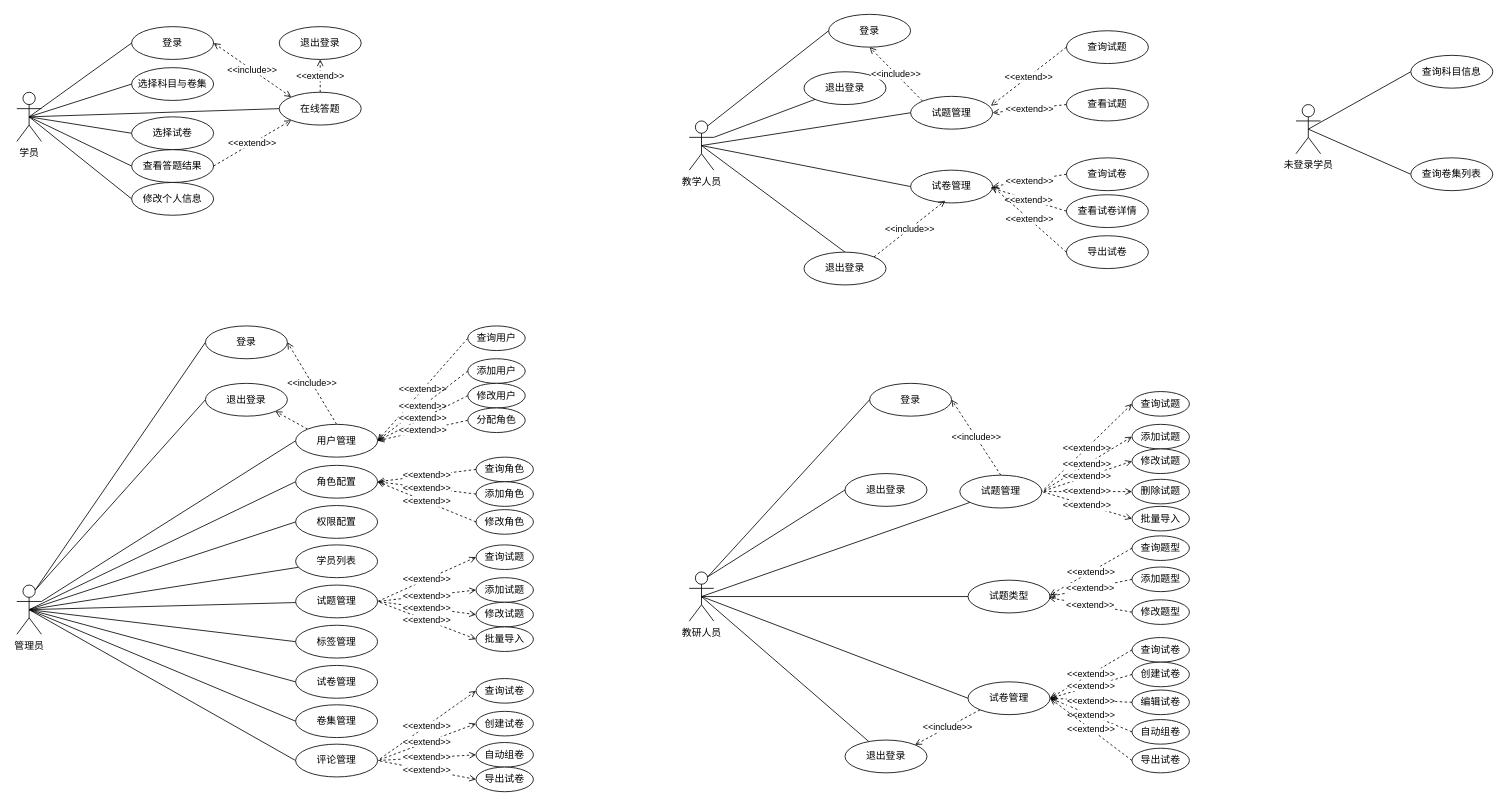
The draw.io diagram page "功能需求用例图" (17 of 18) of 题库E-R.drawio in ChenLiheng/question-project, before the edit. Source tidied: cells renumbered, new cells numbered last; positions are measured from the earlier drawing's top-left corner, leaving out a move shared by most shapes. Both pictures are drawn from the tidied source at 82%, with x=0, y=0 at pixel (16, 14).
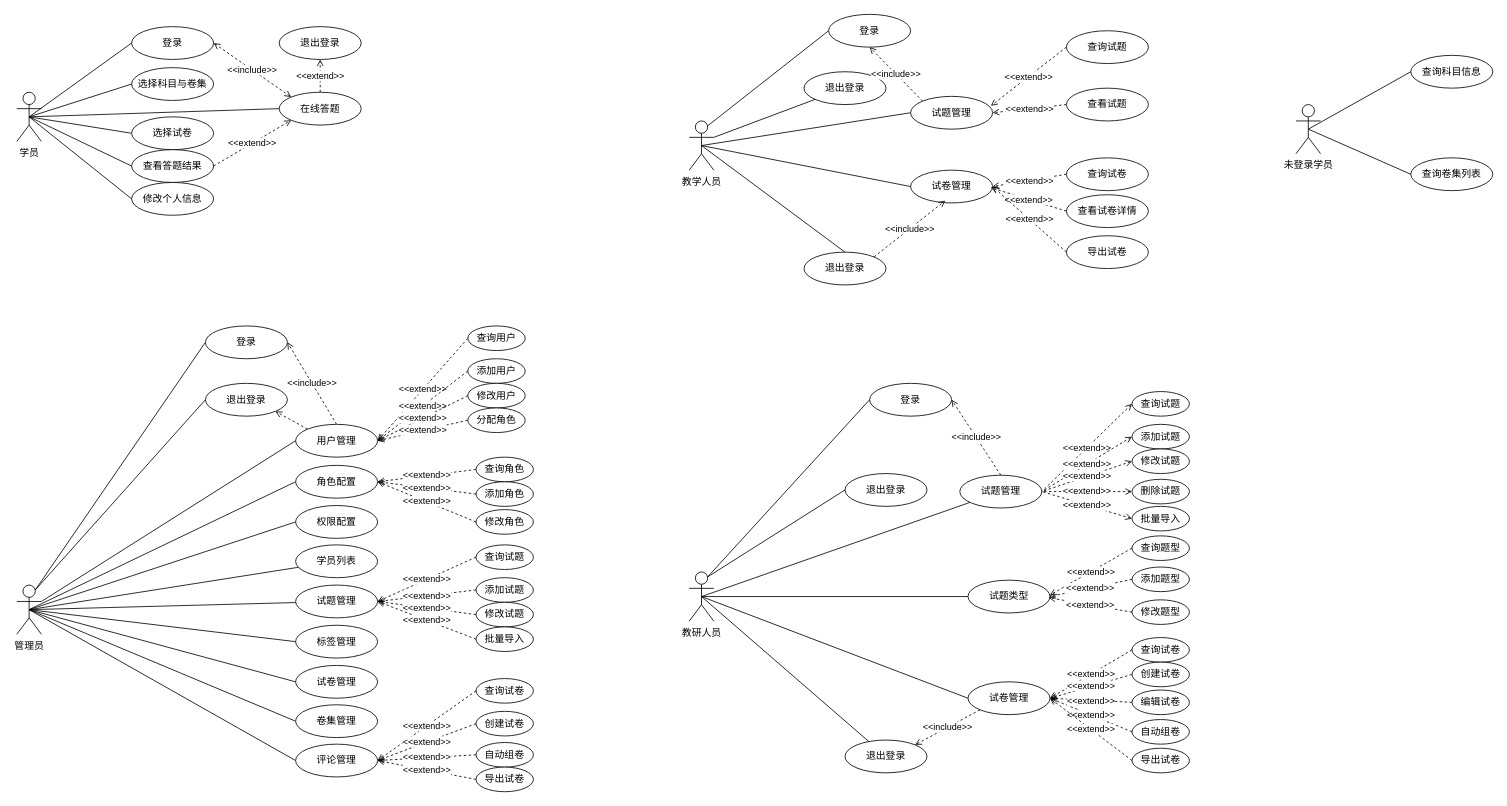
After the change.

Unchanged cells that the change refers to:
```xml
<mxCell id="94" value="试题管理" style="ellipse;whiteSpace=wrap;html=1;" parent="1" vertex="1">
  <mxGeometry x="340" y="696" width="100" height="40" as="geometry" />
</mxCell>
<mxCell id="98" value="评论管理" style="ellipse;whiteSpace=wrap;html=1;" parent="1" vertex="1">
  <mxGeometry x="340" y="890" width="100" height="40" as="geometry" />
</mxCell>
<mxCell id="114" value="查询试题" style="ellipse;whiteSpace=wrap;html=1;" parent="1" vertex="1">
  <mxGeometry x="560" y="647" width="70" height="30" as="geometry" />
</mxCell>
<mxCell id="116" value="添加试题" style="ellipse;whiteSpace=wrap;html=1;" parent="1" vertex="1">
  <mxGeometry x="560" y="687" width="70" height="30" as="geometry" />
</mxCell>
<mxCell id="118" value="修改试题" style="ellipse;whiteSpace=wrap;html=1;" parent="1" vertex="1">
  <mxGeometry x="560" y="717" width="70" height="30" as="geometry" />
</mxCell>
<mxCell id="120" value="批量导入" style="ellipse;whiteSpace=wrap;html=1;" parent="1" vertex="1">
  <mxGeometry x="560" y="747" width="70" height="30" as="geometry" />
</mxCell>
<mxCell id="122" value="查询试卷" style="ellipse;whiteSpace=wrap;html=1;" parent="1" vertex="1">
  <mxGeometry x="560" y="810" width="70" height="30" as="geometry" />
</mxCell>
<mxCell id="124" value="创建试卷" style="ellipse;whiteSpace=wrap;html=1;" parent="1" vertex="1">
  <mxGeometry x="560" y="850" width="70" height="30" as="geometry" />
</mxCell>
<mxCell id="126" value="自动组卷" style="ellipse;whiteSpace=wrap;html=1;" parent="1" vertex="1">
  <mxGeometry x="560" y="888" width="70" height="30" as="geometry" />
</mxCell>
<mxCell id="128" value="导出试卷" style="ellipse;whiteSpace=wrap;html=1;" parent="1" vertex="1">
  <mxGeometry x="560" y="918" width="70" height="30" as="geometry" />
</mxCell>
```

Diff of the diagram source:
```diff
@@
-    <mxCell id="113" value="&amp;lt;&amp;lt;extend&amp;gt;&amp;gt;" style="rounded=0;jettySize=auto;html=1;exitX=0;exitY=0.5;exitDx=0;exitDy=0;entryX=1;entryY=0.5;entryDx=0;entryDy=0;endArrow=none;endFill=0;dashed=1;startArrow=open;startFill=0;" parent="1" edge="1" source="114" target="94">
+    <mxCell id="113" value="&amp;lt;&amp;lt;extend&amp;gt;&amp;gt;" style="rounded=0;jettySize=auto;html=1;exitX=0;exitY=0.5;exitDx=0;exitDy=0;entryX=1;entryY=0.5;entryDx=0;entryDy=0;endArrow=open;endFill=0;dashed=1;startArrow=none;startFill=0;" parent="1" edge="1" source="114" target="94">
       <mxGeometry relative="1" as="geometry" />
     </mxCell>
@@
-    <mxCell id="115" value="&amp;lt;&amp;lt;extend&amp;gt;&amp;gt;" style="rounded=0;jettySize=auto;html=1;exitX=0;exitY=0.5;exitDx=0;exitDy=0;entryX=1;entryY=0.5;entryDx=0;entryDy=0;endArrow=none;endFill=0;dashed=1;startArrow=open;startFill=0;" parent="1" edge="1" source="116" target="94">
+    <mxCell id="115" value="&amp;lt;&amp;lt;extend&amp;gt;&amp;gt;" style="rounded=0;jettySize=auto;html=1;exitX=0;exitY=0.5;exitDx=0;exitDy=0;entryX=1;entryY=0.5;entryDx=0;entryDy=0;endArrow=open;endFill=0;dashed=1;startArrow=none;startFill=0;" parent="1" edge="1" source="116" target="94">
       <mxGeometry relative="1" as="geometry" />
     </mxCell>
@@
-    <mxCell id="117" value="&amp;lt;&amp;lt;extend&amp;gt;&amp;gt;" style="rounded=0;jettySize=auto;html=1;exitX=0;exitY=0.5;exitDx=0;exitDy=0;entryX=1;entryY=0.5;entryDx=0;entryDy=0;endArrow=none;endFill=0;dashed=1;startArrow=open;startFill=0;" parent="1" edge="1" source="118" target="94">
+    <mxCell id="117" value="&amp;lt;&amp;lt;extend&amp;gt;&amp;gt;" style="rounded=0;jettySize=auto;html=1;exitX=0;exitY=0.5;exitDx=0;exitDy=0;entryX=1;entryY=0.5;entryDx=0;entryDy=0;endArrow=open;endFill=0;dashed=1;startArrow=none;startFill=0;" parent="1" edge="1" source="118" target="94">
       <mxGeometry relative="1" as="geometry" />
     </mxCell>
@@
-    <mxCell id="119" value="&amp;lt;&amp;lt;extend&amp;gt;&amp;gt;" style="rounded=0;jettySize=auto;html=1;exitX=0;exitY=0.5;exitDx=0;exitDy=0;endArrow=none;endFill=0;dashed=1;startArrow=open;startFill=0;entryX=1;entryY=0.5;entryDx=0;entryDy=0;" parent="1" edge="1" source="120" target="94">
+    <mxCell id="119" value="&amp;lt;&amp;lt;extend&amp;gt;&amp;gt;" style="rounded=0;jettySize=auto;html=1;exitX=0;exitY=0.5;exitDx=0;exitDy=0;endArrow=open;endFill=0;dashed=1;startArrow=none;startFill=0;entryX=1;entryY=0.5;entryDx=0;entryDy=0;" parent="1" edge="1" source="120" target="94">
       <mxGeometry relative="1" as="geometry" />
     </mxCell>
@@
-    <mxCell id="121" value="&amp;lt;&amp;lt;extend&amp;gt;&amp;gt;" style="rounded=0;jettySize=auto;html=1;exitX=0;exitY=0.5;exitDx=0;exitDy=0;entryX=1;entryY=0.5;entryDx=0;entryDy=0;endArrow=none;endFill=0;dashed=1;startArrow=open;startFill=0;" parent="1" edge="1" source="122" target="98">
+    <mxCell id="121" value="&amp;lt;&amp;lt;extend&amp;gt;&amp;gt;" style="rounded=0;jettySize=auto;html=1;exitX=0;exitY=0.5;exitDx=0;exitDy=0;entryX=1;entryY=0.5;entryDx=0;entryDy=0;endArrow=open;endFill=0;dashed=1;startArrow=none;startFill=0;" parent="1" edge="1" source="122" target="98">
       <mxGeometry relative="1" as="geometry" />
     </mxCell>
@@
-    <mxCell id="123" value="&amp;lt;&amp;lt;extend&amp;gt;&amp;gt;" style="rounded=0;jettySize=auto;html=1;exitX=0;exitY=0.5;exitDx=0;exitDy=0;endArrow=none;endFill=0;dashed=1;startArrow=open;startFill=0;" parent="1" edge="1" source="124">
+    <mxCell id="123" value="&amp;lt;&amp;lt;extend&amp;gt;&amp;gt;" style="rounded=0;jettySize=auto;html=1;exitX=0;exitY=0.5;exitDx=0;exitDy=0;endArrow=open;endFill=0;dashed=1;startArrow=none;startFill=0;" parent="1" edge="1" source="124">
       <mxGeometry relative="1" as="geometry">
         <mxPoint x="440" y="910" as="targetPoint" />
       </mxGeometry>
     </mxCell>
@@
-    <mxCell id="125" value="&amp;lt;&amp;lt;extend&amp;gt;&amp;gt;" style="rounded=0;jettySize=auto;html=1;exitX=0;exitY=0.5;exitDx=0;exitDy=0;entryX=1;entryY=0.5;entryDx=0;entryDy=0;endArrow=none;endFill=0;dashed=1;startArrow=open;startFill=0;" parent="1" edge="1" source="126" target="98">
+    <mxCell id="125" value="&amp;lt;&amp;lt;extend&amp;gt;&amp;gt;" style="rounded=0;jettySize=auto;html=1;exitX=0;exitY=0.5;exitDx=0;exitDy=0;entryX=1;entryY=0.5;entryDx=0;entryDy=0;endArrow=open;endFill=0;dashed=1;startArrow=none;startFill=0;" parent="1" edge="1" source="126" target="98">
       <mxGeometry relative="1" as="geometry" />
     </mxCell>
@@
-    <mxCell id="127" value="&amp;lt;&amp;lt;extend&amp;gt;&amp;gt;" style="rounded=0;jettySize=auto;html=1;exitX=0;exitY=0.5;exitDx=0;exitDy=0;endArrow=none;endFill=0;dashed=1;startArrow=open;startFill=0;" parent="1" edge="1" source="128">
+    <mxCell id="127" value="&amp;lt;&amp;lt;extend&amp;gt;&amp;gt;" style="rounded=0;jettySize=auto;html=1;exitX=0;exitY=0.5;exitDx=0;exitDy=0;endArrow=open;endFill=0;dashed=1;startArrow=none;startFill=0;" parent="1" edge="1" source="128">
       <mxGeometry relative="1" as="geometry">
         <mxPoint x="440" y="910" as="targetPoint" />
       </mxGeometry>
     </mxCell>
```
